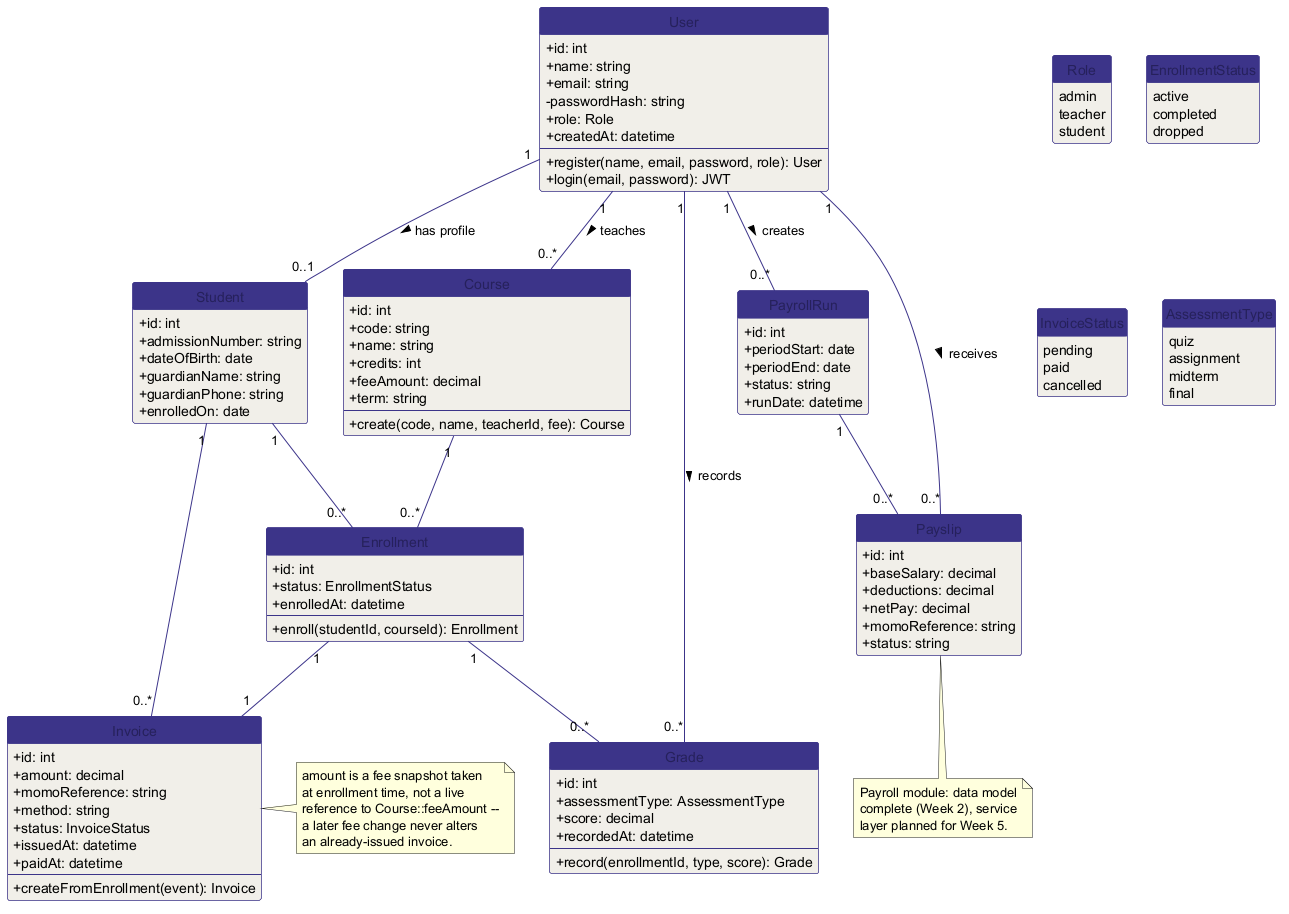
Before: documentation/figures/smartschool/02_class.png, a diagram exported from PlantUML (Suraku237/MarketFlow). Its source is kept beside it as documentation/figures/smartschool/02_class.puml. Its diagram source:
```plantuml
@startuml 02_class
skinparam backgroundColor white
skinparam shadowing false
skinparam defaultFontName Helvetica
skinparam classAttributeIconSize 0
skinparam class {
  BackgroundColor #F1EFE8
  BorderColor #3C3489
  ArrowColor #3C3489
  FontColor #26215C
  HeaderBackgroundColor #3C3489
}
hide circle
hide empty members

enum Role {
  admin
  teacher
  student
}

enum EnrollmentStatus {
  active
  completed
  dropped
}

enum InvoiceStatus {
  pending
  paid
  cancelled
}

enum AssessmentType {
  quiz
  assignment
  midterm
  final
}

class User {
  +id: int
  +name: string
  +email: string
  -passwordHash: string
  +role: Role
  +createdAt: datetime
  --
  +register(name, email, password, role): User
  +login(email, password): JWT
}

class Student {
  +id: int
  +admissionNumber: string
  +dateOfBirth: date
  +guardianName: string
  +guardianPhone: string
  +enrolledOn: date
}

class Course {
  +id: int
  +code: string
  +name: string
  +credits: int
  +feeAmount: decimal
  +term: string
  --
  +create(code, name, teacherId, fee): Course
}

class Enrollment {
  +id: int
  +status: EnrollmentStatus
  +enrolledAt: datetime
  --
  +enroll(studentId, courseId): Enrollment
}

class Grade {
  +id: int
  +assessmentType: AssessmentType
  +score: decimal
  +recordedAt: datetime
  --
  +record(enrollmentId, type, score): Grade
}

class Invoice {
  +id: int
  +amount: decimal
  +momoReference: string
  +method: string
  +status: InvoiceStatus
  +issuedAt: datetime
  +paidAt: datetime
  --
  +createFromEnrollment(event): Invoice
}

class PayrollRun {
  +id: int
  +periodStart: date
  +periodEnd: date
  +status: string
  +runDate: datetime
}

class Payslip {
  +id: int
  +baseSalary: decimal
  +deductions: decimal
  +netPay: decimal
  +momoReference: string
  +status: string
}

User "1" -- "0..1" Student : has profile >
User "1" -- "0..*" Course : teaches >
User "1" -- "0..*" Grade : records >
User "1" -- "0..*" PayrollRun : creates >
User "1" -- "0..*" Payslip : receives >

Student "1" -- "0..*" Enrollment
Course "1" -- "0..*" Enrollment
Enrollment "1" -- "0..*" Grade
Student "1" -- "0..*" Invoice
Enrollment "1" -- "1" Invoice
PayrollRun "1" -- "0..*" Payslip

note right of Invoice
  amount is a fee snapshot taken
  at enrollment time, not a live
  reference to Course::feeAmount --
  a later fee change never alters
  an already-issued invoice.
end note

note bottom of Payslip
  Payroll module: data model
  complete (Week 2), service
  layer planned for Week 5.
end note
@enduml
```
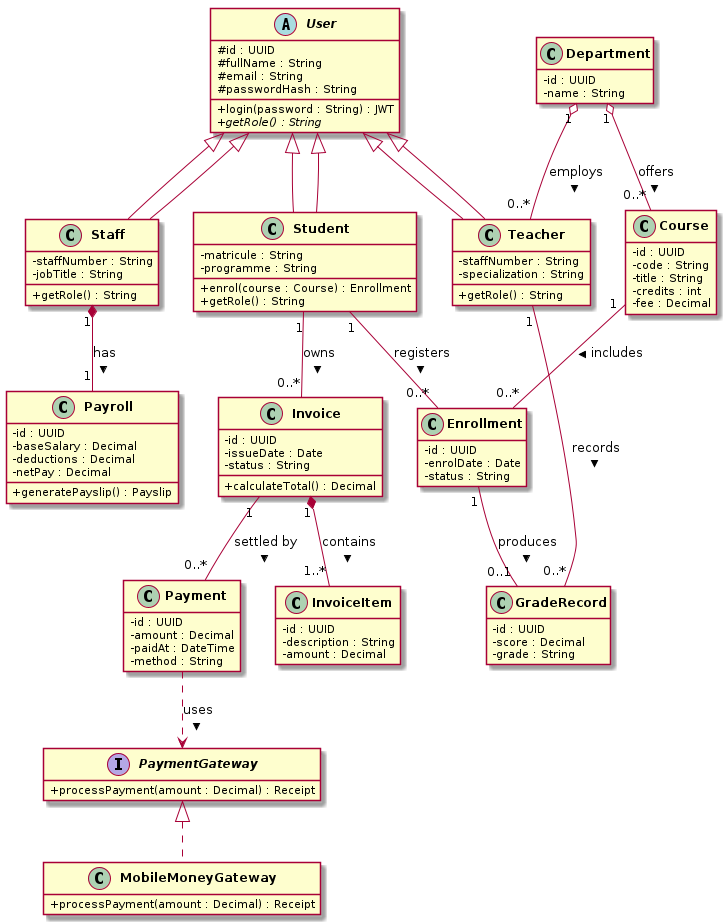
After the change.

The edit, as a diff of the source:
```diff
@@ -10,14 +10,12 @@
   FontColor #26215C
   HeaderBackgroundColor #3C3489
 }
+skinparam note {
+  BackgroundColor #FBF0E2
+  BorderColor #B75E09
+}
 hide circle
 hide empty members
-
-enum Role {
-  admin
-  teacher
-  student
-}
 
 enum EnrollmentStatus {
   active
@@ -38,26 +36,44 @@
   final
 }
 
-class User {
+abstract class Person {
   +id: int
   +name: string
   +email: string
-  -passwordHash: string
-  +role: Role
   +createdAt: datetime
   --
-  +register(name, email, password, role): User
-  +login(email, password): JWT
+  +{abstract} authenticate(password): boolean
+}
+
+interface Payable {
+  +pay(): void
+  +status(): string
+}
+
+class Admin {
+  --
+  +createCourse(...): Course
+  +createPayrollRun(period): PayrollRun
+}
+
+class Teacher {
+  --
+  +recordGrade(enrollmentId, type, score): Grade
 }
 
 class Student {
-  +id: int
   +admissionNumber: string
   +dateOfBirth: date
   +guardianName: string
   +guardianPhone: string
   +enrolledOn: date
+  --
+  +enroll(courseId): Enrollment
 }
+
+Person <|-- Admin
+Person <|-- Teacher
+Person <|-- Student
 
 class Course {
   +id: int
@@ -66,16 +82,12 @@
   +credits: int
   +feeAmount: decimal
   +term: string
-  --
-  +create(code, name, teacherId, fee): Course
 }
 
 class Enrollment {
   +id: int
   +status: EnrollmentStatus
   +enrolledAt: datetime
-  --
-  +enroll(studentId, courseId): Enrollment
 }
 
 class Grade {
@@ -83,8 +95,6 @@
   +assessmentType: AssessmentType
   +score: decimal
   +recordedAt: datetime
-  --
-  +record(enrollmentId, type, score): Grade
 }
 
 class Invoice {
@@ -95,8 +105,6 @@
   +status: InvoiceStatus
   +issuedAt: datetime
   +paidAt: datetime
-  --
-  +createFromEnrollment(event): Invoice
 }
 
 class PayrollRun {
@@ -116,18 +124,40 @@
   +status: string
 }
 
-User "1" -- "0..1" Student : has profile >
-User "1" -- "0..*" Course : teaches >
-User "1" -- "0..*" Grade : records >
-User "1" -- "0..*" PayrollRun : creates >
-User "1" -- "0..*" Payslip : receives >
+Invoice ..|> Payable
+Payslip ..|> Payable
 
-Student "1" -- "0..*" Enrollment
-Course "1" -- "0..*" Enrollment
-Enrollment "1" -- "0..*" Grade
-Student "1" -- "0..*" Invoice
-Enrollment "1" -- "1" Invoice
-PayrollRun "1" -- "0..*" Payslip
+Teacher  "1" --  "0..*" Course     : teaches >
+Teacher  "1" --  "0..*" Grade      : records >
+Admin    "1" --  "0..*" PayrollRun : creates >
+Person   "1" --  "0..*" Payslip    : receives >
+
+Student    "1" *-- "0..*" Enrollment : owns
+Enrollment "1" *-- "0..*" Grade      : contains
+Enrollment "1" *-- "0..1" Invoice    : generates
+
+Course     "1" o-- "0..*" Enrollment : has roster
+PayrollRun "1" o-- "0..*" Payslip    : contains
+
+note top of Person
+  <b>Abstraction + Inheritance.</b>
+  Admin, Teacher and Student all
+  specialize Person. The physical
+  schema implements this hierarchy
+  as a single "users" table with a
+  "role" discriminator column
+  (single-table inheritance) rather
+  than one table per subclass --
+  see the ERD (Section 4.1).
+end note
+
+note bottom of Payable
+  <b>Abstraction via interface.</b>
+  Invoice and Payslip both realize
+  Payable so a future reconciliation
+  workflow (Week 5/6) can treat both
+  polymorphically.
+end note
 
 note right of Invoice
   amount is a fee snapshot taken
```
